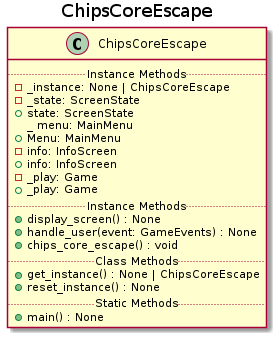
Earlier version of the PlantUML export Puzzle_Maze/diagrams/class-diagrams/game-ui/ui-logic/Chips Core Escape.png (kmerickson/OOP-PuzzleMaze).
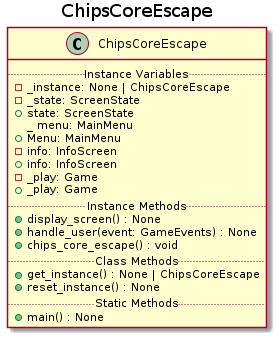
After the change.

The edit, as a diff of the source:
```diff
@@ -2,7 +2,7 @@
 title ChipsCoreEscape
 
 class ChipsCoreEscape {
-    ..Instance Methods..
+    ..Instance Variables..
     - _instance: None | ChipsCoreEscape
     - _state: ScreenState
     + state: ScreenState
```
